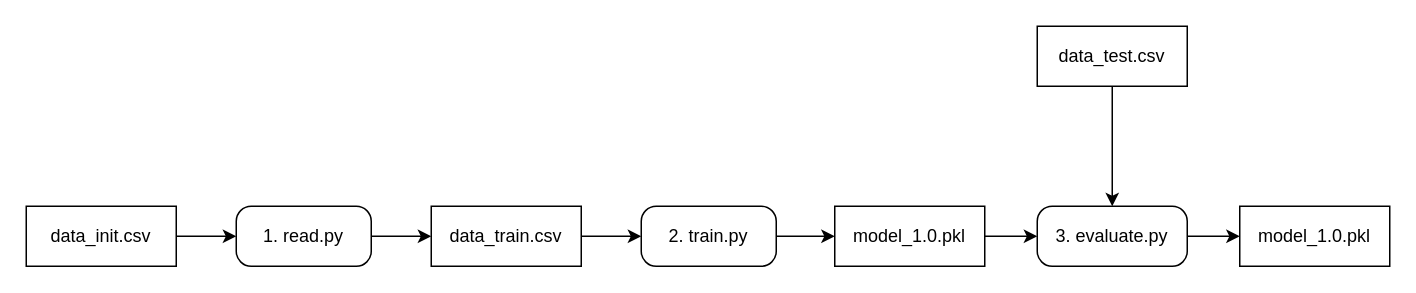
The draw.io diagram 1. Trenowanie/4. diagram/Training_and_evaluation.drawio in wodecki/ASI_Monitoring_Modelu, before the edit. Source tidied: cells renumbered, new cells numbered last; positions are measured from the earlier drawing's top-left corner, leaving out a move shared by most shapes. Both pictures are drawn from the tidied source at 150%, with x=0, y=0 at pixel (26, 26).
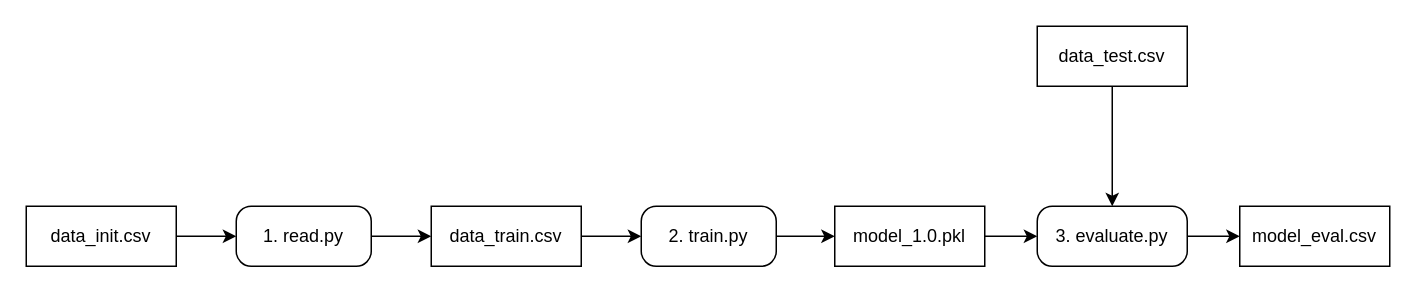
The same diagram, later.

What changed in the source:
```diff
@@
 <mxGraphModel>
   <root>
     <mxCell id="0" />
     <mxCell id="1" parent="0" />
     <mxCell id="2" style="edgeStyle=orthogonalEdgeStyle;rounded=0;jettySize=auto;html=1;entryX=0;entryY=0.5;entryDx=0;entryDy=0;entryPerimeter=0;" parent="1" edge="1" source="3" target="5">
       <mxGeometry relative="1" as="geometry" />
     </mxCell>
     <mxCell id="3" value="data_init.csv" style="whiteSpace=wrap;html=1;align=center;" parent="1" vertex="1">
       <mxGeometry y="120" width="100" height="40" as="geometry" />
     </mxCell>
     <mxCell id="4" style="edgeStyle=orthogonalEdgeStyle;rounded=0;jettySize=auto;html=1;exitX=1;exitY=0.5;exitDx=0;exitDy=0;exitPerimeter=0;entryX=0;entryY=0.5;entryDx=0;entryDy=0;" parent="1" edge="1" source="5" target="7">
       <mxGeometry relative="1" as="geometry" />
     </mxCell>
     <mxCell id="5" value="1. read.py" style="points=[[0.25,0,0],[0.5,0,0],[0.75,0,0],[1,0.25,0],[1,0.5,0],[1,0.75,0],[0.75,1,0],[0.5,1,0],[0.25,1,0],[0,0.75,0],[0,0.5,0],[0,0.25,0]];shape=mxgraph.bpmn.task;whiteSpace=wrap;rectStyle=rounded;size=10;taskMarker=abstract;" parent="1" vertex="1">
       <mxGeometry x="140" y="120" width="90" height="40" as="geometry" />
     </mxCell>
     <mxCell id="6" style="edgeStyle=orthogonalEdgeStyle;rounded=0;jettySize=auto;html=1;exitX=1;exitY=0.5;exitDx=0;exitDy=0;" parent="1" edge="1" source="7" target="9">
       <mxGeometry relative="1" as="geometry" />
     </mxCell>
     <mxCell id="7" value="data_train.csv" style="whiteSpace=wrap;html=1;align=center;" parent="1" vertex="1">
       <mxGeometry x="270" y="120" width="100" height="40" as="geometry" />
     </mxCell>
     <mxCell id="8" style="edgeStyle=orthogonalEdgeStyle;rounded=0;jettySize=auto;html=1;exitX=1;exitY=0.5;exitDx=0;exitDy=0;exitPerimeter=0;entryX=0;entryY=0.5;entryDx=0;entryDy=0;" parent="1" edge="1" source="9" target="11">
       <mxGeometry relative="1" as="geometry" />
     </mxCell>
     <mxCell id="9" value="2. train.py" style="points=[[0.25,0,0],[0.5,0,0],[0.75,0,0],[1,0.25,0],[1,0.5,0],[1,0.75,0],[0.75,1,0],[0.5,1,0],[0.25,1,0],[0,0.75,0],[0,0.5,0],[0,0.25,0]];shape=mxgraph.bpmn.task;whiteSpace=wrap;rectStyle=rounded;size=10;taskMarker=abstract;" parent="1" vertex="1">
       <mxGeometry x="410" y="120" width="90" height="40" as="geometry" />
     </mxCell>
     <mxCell id="10" style="edgeStyle=orthogonalEdgeStyle;rounded=0;jettySize=auto;html=1;exitX=1;exitY=0.5;exitDx=0;exitDy=0;entryX=0;entryY=0.5;entryDx=0;entryDy=0;entryPerimeter=0;" parent="1" edge="1" source="11" target="12">
       <mxGeometry relative="1" as="geometry" />
     </mxCell>
     <mxCell id="11" value="model_1.0.pkl" style="whiteSpace=wrap;html=1;align=center;" parent="1" vertex="1">
       <mxGeometry x="539" y="120" width="100" height="40" as="geometry" />
     </mxCell>
     <mxCell id="12" value="3. evaluate.py" style="points=[[0.25,0,0],[0.5,0,0],[0.75,0,0],[1,0.25,0],[1,0.5,0],[1,0.75,0],[0.75,1,0],[0.5,1,0],[0.25,1,0],[0,0.75,0],[0,0.5,0],[0,0.25,0]];shape=mxgraph.bpmn.task;whiteSpace=wrap;rectStyle=rounded;size=10;taskMarker=abstract;" parent="1" vertex="1">
       <mxGeometry x="674" y="120" width="100" height="40" as="geometry" />
     </mxCell>
-    <mxCell id="13" value="model_1.0.pkl" style="whiteSpace=wrap;html=1;align=center;" parent="1" vertex="1">
+    <mxCell id="13" value="model_eval.csv" style="whiteSpace=wrap;html=1;align=center;" parent="1" vertex="1">
       <mxGeometry x="809" y="120" width="100" height="40" as="geometry" />
     </mxCell>
     <mxCell id="14" style="edgeStyle=orthogonalEdgeStyle;rounded=0;jettySize=auto;html=1;exitX=1;exitY=0.5;exitDx=0;exitDy=0;exitPerimeter=0;entryX=0;entryY=0.5;entryDx=0;entryDy=0;" parent="1" edge="1" source="12" target="13">
       <mxGeometry relative="1" as="geometry" />
     </mxCell>
     <mxCell id="15" style="edgeStyle=orthogonalEdgeStyle;rounded=0;jettySize=auto;html=1;entryX=0.5;entryY=0;entryDx=0;entryDy=0;entryPerimeter=0;" parent="1" edge="1" source="16" target="12">
       <mxGeometry relative="1" as="geometry" />
     </mxCell>
     <mxCell id="16" value="data_test.csv" style="whiteSpace=wrap;html=1;align=center;" parent="1" vertex="1">
       <mxGeometry x="674" width="100" height="40" as="geometry" />
     </mxCell>
   </root>
 </mxGraphModel>
```
